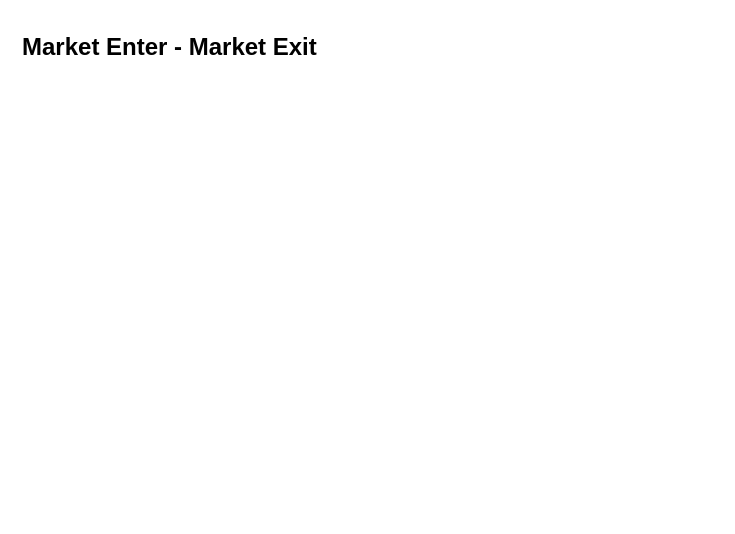
just-nilux/Icarus keeps this draw.io diagram as page "Market Enter- Market Exit" (2 of 2) of UML/flows/lto_state_flow.dio. Above is the earlier version. Source tidied: cells renumbered, new cells numbered last; positions are measured from the earlier drawing's top-left corner, leaving out a move shared by most shapes. Both pictures are drawn from the tidied source at 100%, with x=0, y=0 at pixel (17, 27).
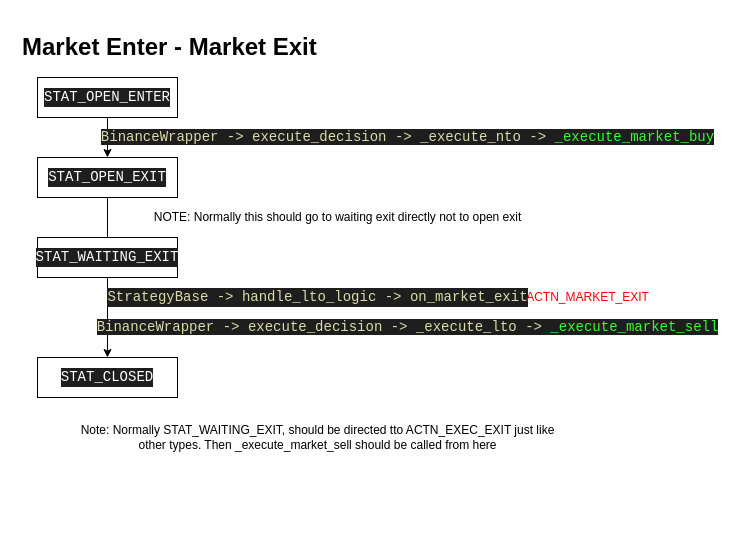
After the change.

What changed in the source:
```diff
@@
 <mxGraphModel>
   <root>
     <mxCell id="0" />
     <mxCell id="1" parent="0" />
     <mxCell id="2" value="&lt;h1&gt;&lt;font style=&quot;font-size: 24px&quot;&gt;Market Enter -&amp;nbsp;&lt;/font&gt;Market Exit&lt;/h1&gt;" style="text;html=1;strokeColor=none;fillColor=none;spacing=5;spacingTop=-20;whiteSpace=wrap;overflow=hidden;rounded=0;" parent="1" vertex="1">
       <mxGeometry width="310" height="40" as="geometry" />
     </mxCell>
+    <mxCell id="3" value="&lt;div style=&quot;background-color: rgb(30 , 30 , 30) ; font-family: &amp;#34;consolas&amp;#34; , &amp;#34;courier new&amp;#34; , monospace ; font-size: 14px ; line-height: 19px&quot;&gt;&lt;font color=&quot;#ffffff&quot;&gt;STAT_OPEN_ENTER&lt;/font&gt;&lt;/div&gt;" style="rounded=0;whiteSpace=wrap;html=1;" parent="1" vertex="1">
+      <mxGeometry x="20" y="50" width="140" height="40" as="geometry" />
+    </mxCell>
+    <mxCell id="4" value="&lt;div style=&quot;background-color: rgb(30 , 30 , 30) ; font-family: &amp;#34;consolas&amp;#34; , &amp;#34;courier new&amp;#34; , monospace ; font-size: 14px ; line-height: 19px&quot;&gt;&lt;font color=&quot;#ffffff&quot;&gt;STAT_CLOSED&lt;/font&gt;&lt;/div&gt;" style="rounded=0;whiteSpace=wrap;html=1;" parent="1" vertex="1">
+      <mxGeometry x="20" y="330" width="140" height="40" as="geometry" />
+    </mxCell>
+    <mxCell id="5" style="edgeStyle=none;html=1;" parent="1" edge="1" source="6" target="4">
+      <mxGeometry relative="1" as="geometry" />
+    </mxCell>
+    <mxCell id="6" value="&lt;div style=&quot;background-color: rgb(30 , 30 , 30) ; font-family: &amp;#34;consolas&amp;#34; , &amp;#34;courier new&amp;#34; , monospace ; font-size: 14px ; line-height: 19px&quot;&gt;&lt;font color=&quot;#ffffff&quot;&gt;STAT_OPEN_EXIT&lt;/font&gt;&lt;/div&gt;" style="rounded=0;whiteSpace=wrap;html=1;" parent="1" vertex="1">
+      <mxGeometry x="20" y="130" width="140" height="40" as="geometry" />
+    </mxCell>
+    <mxCell id="7" style="edgeStyle=none;html=1;exitX=0.5;exitY=1;exitDx=0;exitDy=0;" parent="1" edge="1" source="3" target="6">
+      <mxGeometry relative="1" as="geometry" />
+    </mxCell>
+    <mxCell id="8" value="&lt;div style=&quot;background-color: rgb(30 , 30 , 30) ; font-family: &amp;#34;consolas&amp;#34; , &amp;#34;courier new&amp;#34; , monospace ; font-size: 14px ; line-height: 19px&quot;&gt;&lt;font color=&quot;#ffffff&quot;&gt;STAT_WAITING_EXIT&lt;/font&gt;&lt;/div&gt;" style="rounded=0;whiteSpace=wrap;html=1;" parent="1" vertex="1">
+      <mxGeometry x="20" y="210" width="140" height="40" as="geometry" />
+    </mxCell>
+    <mxCell id="9" value="&lt;div style=&quot;color: rgb(212 , 212 , 212) ; background-color: rgb(30 , 30 , 30) ; font-family: &amp;#34;consolas&amp;#34; , &amp;#34;courier new&amp;#34; , monospace ; font-size: 14px ; line-height: 19px&quot;&gt;&lt;span style=&quot;color: #dcdcaa&quot;&gt;StrategyBase -&amp;gt; handle_lto_logic -&amp;gt; on_market_exit&lt;/span&gt;&lt;/div&gt;" style="text;html=1;align=center;verticalAlign=middle;strokeColor=none;" parent="1" vertex="1">
+      <mxGeometry x="100" y="260" width="400" height="20" as="geometry" />
+    </mxCell>
+    <mxCell id="10" value="NOTE: Normally this should go to waiting exit directly not to open exit" style="text;html=1;align=center;verticalAlign=middle;strokeColor=none;" parent="1" vertex="1">
+      <mxGeometry x="130" y="180" width="380" height="20" as="geometry" />
+    </mxCell>
+    <mxCell id="11" value="&lt;span style=&quot;color: rgb(220 , 220 , 170) ; font-family: &amp;#34;consolas&amp;#34; , &amp;#34;courier new&amp;#34; , monospace ; font-size: 14px ; background-color: rgb(30 , 30 , 30)&quot;&gt;BinanceWrapper -&amp;gt;&amp;nbsp;&lt;/span&gt;&lt;span style=&quot;color: rgb(220 , 220 , 170) ; background-color: rgb(30 , 30 , 30) ; font-family: &amp;#34;consolas&amp;#34; , &amp;#34;courier new&amp;#34; , monospace ; font-size: 14px&quot;&gt;execute_decision -&amp;gt; _&lt;/span&gt;&lt;span style=&quot;color: rgb(220 , 220 , 170) ; background-color: rgb(30 , 30 , 30) ; font-family: &amp;#34;consolas&amp;#34; , &amp;#34;courier new&amp;#34; , monospace ; font-size: 14px&quot;&gt;execute_nto&lt;/span&gt;&lt;span style=&quot;background-color: rgb(30 , 30 , 30) ; color: rgb(220 , 220 , 170) ; font-family: &amp;#34;consolas&amp;#34; , &amp;#34;courier new&amp;#34; , monospace ; font-size: 14px&quot;&gt;&amp;nbsp;-&amp;gt; &lt;/span&gt;&lt;span style=&quot;background-color: rgb(30 , 30 , 30) ; font-family: &amp;#34;consolas&amp;#34; , &amp;#34;courier new&amp;#34; , monospace ; font-size: 14px&quot;&gt;&lt;font color=&quot;#33ff33&quot;&gt;_execute_market_buy&lt;/font&gt;&lt;/span&gt;" style="text;html=1;align=center;verticalAlign=middle;strokeColor=none;" parent="1" vertex="1">
+      <mxGeometry x="100" y="100" width="580" height="20" as="geometry" />
+    </mxCell>
+    <mxCell id="12" value="&lt;font color=&quot;#ff0000&quot;&gt;ACTN_MARKET_EXIT&lt;/font&gt;" style="text;html=1;align=center;verticalAlign=middle;strokeColor=none;" parent="1" vertex="1">
+      <mxGeometry x="500" y="260" width="140" height="20" as="geometry" />
+    </mxCell>
+    <mxCell id="13" value="&lt;span style=&quot;color: rgb(220 , 220 , 170) ; font-family: &amp;#34;consolas&amp;#34; , &amp;#34;courier new&amp;#34; , monospace ; font-size: 14px ; background-color: rgb(30 , 30 , 30)&quot;&gt;BinanceWrapper -&amp;gt;&amp;nbsp;&lt;/span&gt;&lt;span style=&quot;color: rgb(220 , 220 , 170) ; background-color: rgb(30 , 30 , 30) ; font-family: &amp;#34;consolas&amp;#34; , &amp;#34;courier new&amp;#34; , monospace ; font-size: 14px&quot;&gt;execute_decision -&amp;gt; _&lt;/span&gt;&lt;span style=&quot;color: rgb(220 , 220 , 170) ; background-color: rgb(30 , 30 , 30) ; font-family: &amp;#34;consolas&amp;#34; , &amp;#34;courier new&amp;#34; , monospace ; font-size: 14px&quot;&gt;execute_lto&lt;/span&gt;&lt;span style=&quot;background-color: rgb(30 , 30 , 30) ; color: rgb(220 , 220 , 170) ; font-family: &amp;#34;consolas&amp;#34; , &amp;#34;courier new&amp;#34; , monospace ; font-size: 14px&quot;&gt;&amp;nbsp;-&amp;gt;&amp;nbsp;&lt;/span&gt;&lt;span style=&quot;color: rgb(51 , 255 , 51) ; font-family: &amp;#34;consolas&amp;#34; , &amp;#34;courier new&amp;#34; , monospace ; font-size: 14px ; background-color: rgb(30 , 30 , 30)&quot;&gt;_execute_market_sell&lt;/span&gt;" style="text;html=1;align=center;verticalAlign=middle;strokeColor=none;" parent="1" vertex="1">
+      <mxGeometry x="100" y="290" width="580" height="20" as="geometry" />
+    </mxCell>
+    <mxCell id="14" value="&lt;div style=&quot;color: rgb(212 , 212 , 212) ; background-color: rgb(30 , 30 , 30) ; font-family: &amp;#34;consolas&amp;#34; , &amp;#34;courier new&amp;#34; , monospace ; font-weight: normal ; font-size: 14px ; line-height: 19px&quot;&gt;&lt;br&gt;&lt;/div&gt;" style="text;whiteSpace=wrap;html=1;" parent="1" vertex="1">
+      <mxGeometry x="70" y="460" width="130" height="30" as="geometry" />
+    </mxCell>
+    <mxCell id="15" value="Note: Normally STAT_WAITING_EXIT, should be directed tto ACTN_EXEC_EXIT just like &lt;br&gt;other types. Then _execute_market_sell should be called from here" style="text;html=1;align=center;verticalAlign=middle;strokeColor=none;" parent="1" vertex="1">
+      <mxGeometry x="55" y="395" width="490" height="30" as="geometry" />
+    </mxCell>
   </root>
 </mxGraphModel>
```
